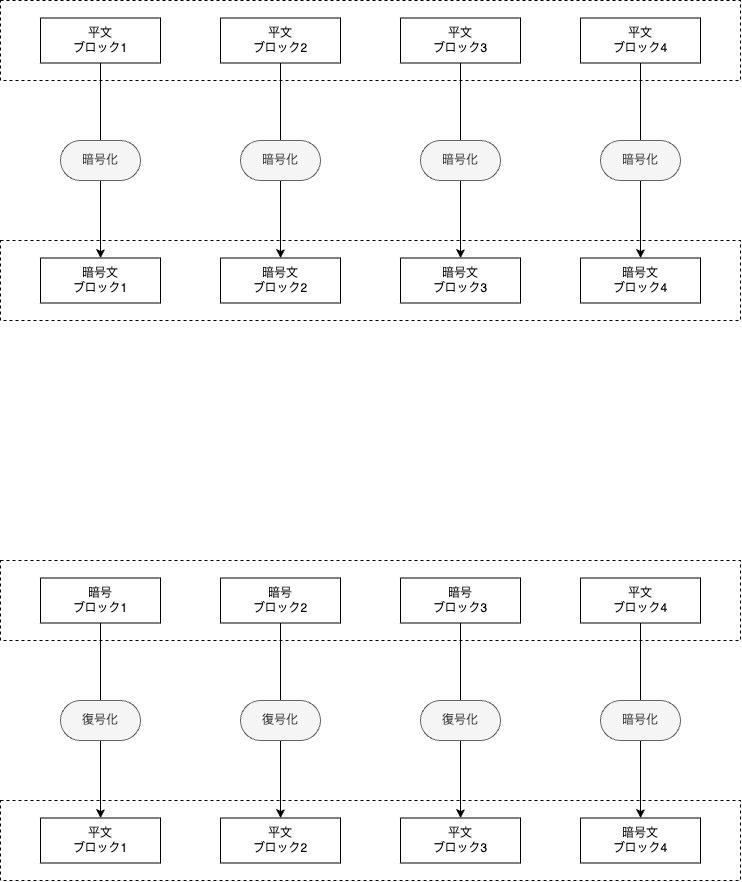
Earlier version of the draw.io export block-cipher-mode/ecb/assets/ecb.drawio.png (yamaga-shu/crypt). Source tidied: cells renumbered, new cells last; positions are measured from the earlier drawing's top-left corner, leaving out a move shared by most shapes.
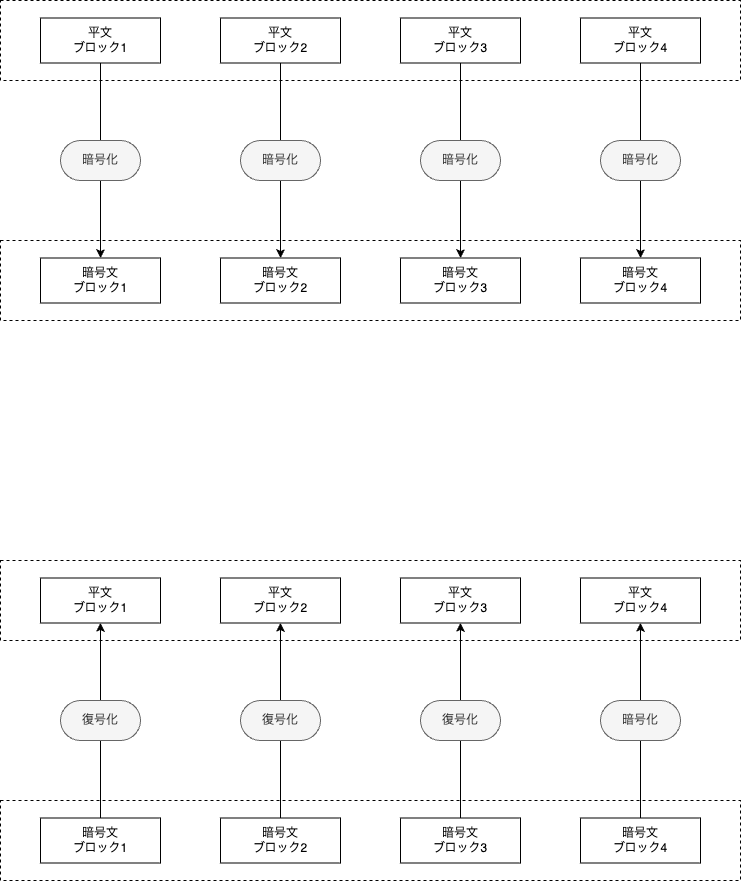
The same diagram one commit later.

What changed in the source:
```diff
@@ -68,13 +68,13 @@
     <mxCell id="23" style="rounded=0;whiteSpace=wrap;html=1;dashed=1;" parent="22" vertex="1">
       <mxGeometry width="740" height="80" as="geometry" />
     </mxCell>
-    <mxCell id="24" value="暗号&lt;br&gt;ブロック1" style="rounded=0;whiteSpace=wrap;html=1;" parent="22" vertex="1">
+    <mxCell id="24" value="平文&lt;br&gt;ブロック1" style="rounded=0;whiteSpace=wrap;html=1;" parent="22" vertex="1">
       <mxGeometry x="40" y="17.5" width="120" height="45" as="geometry" />
     </mxCell>
-    <mxCell id="25" value="暗号&lt;div&gt;ブロック2&lt;/div&gt;" style="rounded=0;whiteSpace=wrap;html=1;" parent="22" vertex="1">
+    <mxCell id="25" value="平文&lt;div&gt;ブロック2&lt;/div&gt;" style="rounded=0;whiteSpace=wrap;html=1;" parent="22" vertex="1">
       <mxGeometry x="220" y="17.5" width="120" height="45" as="geometry" />
     </mxCell>
-    <mxCell id="26" value="暗号&lt;br&gt;ブロック3" style="rounded=0;whiteSpace=wrap;html=1;" parent="22" vertex="1">
+    <mxCell id="26" value="平文&lt;br&gt;ブロック3" style="rounded=0;whiteSpace=wrap;html=1;" parent="22" vertex="1">
       <mxGeometry x="400" y="17.5" width="120" height="45" as="geometry" />
     </mxCell>
     <mxCell id="27" value="平文&lt;br&gt;ブロック4" style="rounded=0;whiteSpace=wrap;html=1;" parent="22" vertex="1">
@@ -86,31 +86,31 @@
     <mxCell id="29" style="rounded=0;whiteSpace=wrap;html=1;dashed=1;" parent="28" vertex="1">
       <mxGeometry width="740" height="80" as="geometry" />
     </mxCell>
-    <mxCell id="30" value="平文&lt;br&gt;ブロック1" style="rounded=0;whiteSpace=wrap;html=1;" parent="28" vertex="1">
+    <mxCell id="30" value="暗号文&lt;br&gt;ブロック1" style="rounded=0;whiteSpace=wrap;html=1;" parent="28" vertex="1">
       <mxGeometry x="40" y="17.5" width="120" height="45" as="geometry" />
     </mxCell>
-    <mxCell id="31" value="平文&lt;br&gt;ブロック2" style="rounded=0;whiteSpace=wrap;html=1;" parent="28" vertex="1">
+    <mxCell id="31" value="暗号文&lt;br&gt;ブロック2" style="rounded=0;whiteSpace=wrap;html=1;" parent="28" vertex="1">
       <mxGeometry x="220" y="17.5" width="120" height="45" as="geometry" />
     </mxCell>
-    <mxCell id="32" value="平文&lt;br&gt;ブロック3" style="rounded=0;whiteSpace=wrap;html=1;" parent="28" vertex="1">
+    <mxCell id="32" value="暗号文&lt;br&gt;ブロック3" style="rounded=0;whiteSpace=wrap;html=1;" parent="28" vertex="1">
       <mxGeometry x="400" y="17.5" width="120" height="45" as="geometry" />
     </mxCell>
     <mxCell id="33" value="暗号文&lt;br&gt;ブロック4" style="rounded=0;whiteSpace=wrap;html=1;" parent="28" vertex="1">
       <mxGeometry x="580" y="17.5" width="120" height="45" as="geometry" />
     </mxCell>
-    <mxCell id="34" style="endArrow=classic;html=1;exitX=0.5;exitY=1;exitDx=0;exitDy=0;entryX=0.5;entryY=0;entryDx=0;entryDy=0;" parent="1" edge="1" source="24" target="30">
+    <mxCell id="34" style="endArrow=none;html=1;exitX=0.5;exitY=1;exitDx=0;exitDy=0;entryX=0.5;entryY=0;entryDx=0;entryDy=0;startArrow=classic;startFill=1;endFill=0;" parent="1" edge="1" source="24" target="30">
       <mxGeometry relative="1" as="geometry" />
     </mxCell>
     <mxCell id="35" value="復号化" style="rounded=1;whiteSpace=wrap;html=1;arcSize=50;absoluteArcSize=0;imageHeight=24;fillColor=#f5f5f5;fontColor=#333333;strokeColor=#666666;" parent="1" vertex="1">
       <mxGeometry x="60" y="700" width="80" height="40" as="geometry" />
     </mxCell>
-    <mxCell id="36" style="endArrow=classic;html=1;exitX=0.5;exitY=1;exitDx=0;exitDy=0;entryX=0.5;entryY=0;entryDx=0;entryDy=0;" parent="1" edge="1" source="25" target="31">
+    <mxCell id="36" style="endArrow=none;html=1;exitX=0.5;exitY=1;exitDx=0;exitDy=0;entryX=0.5;entryY=0;entryDx=0;entryDy=0;startArrow=classic;startFill=1;endFill=0;" parent="1" edge="1" source="25" target="31">
       <mxGeometry relative="1" as="geometry" />
     </mxCell>
-    <mxCell id="37" style="endArrow=classic;html=1;exitX=0.5;exitY=1;exitDx=0;exitDy=0;entryX=0.5;entryY=0;entryDx=0;entryDy=0;" parent="1" edge="1" source="26" target="32">
+    <mxCell id="37" style="endArrow=none;html=1;exitX=0.5;exitY=1;exitDx=0;exitDy=0;entryX=0.5;entryY=0;entryDx=0;entryDy=0;startArrow=classic;startFill=1;endFill=0;" parent="1" edge="1" source="26" target="32">
       <mxGeometry relative="1" as="geometry" />
     </mxCell>
-    <mxCell id="38" style="endArrow=classic;html=1;exitX=0.5;exitY=1;exitDx=0;exitDy=0;" parent="1" edge="1" source="27" target="33">
+    <mxCell id="38" style="endArrow=none;html=1;exitX=0.5;exitY=1;exitDx=0;exitDy=0;startArrow=classic;startFill=1;endFill=0;" parent="1" edge="1" source="27" target="33">
       <mxGeometry relative="1" as="geometry" />
     </mxCell>
     <mxCell id="39" value="復号化" style="rounded=1;whiteSpace=wrap;html=1;arcSize=50;absoluteArcSize=0;imageHeight=24;fillColor=#f5f5f5;fontColor=#333333;strokeColor=#666666;" parent="1" vertex="1">
```
